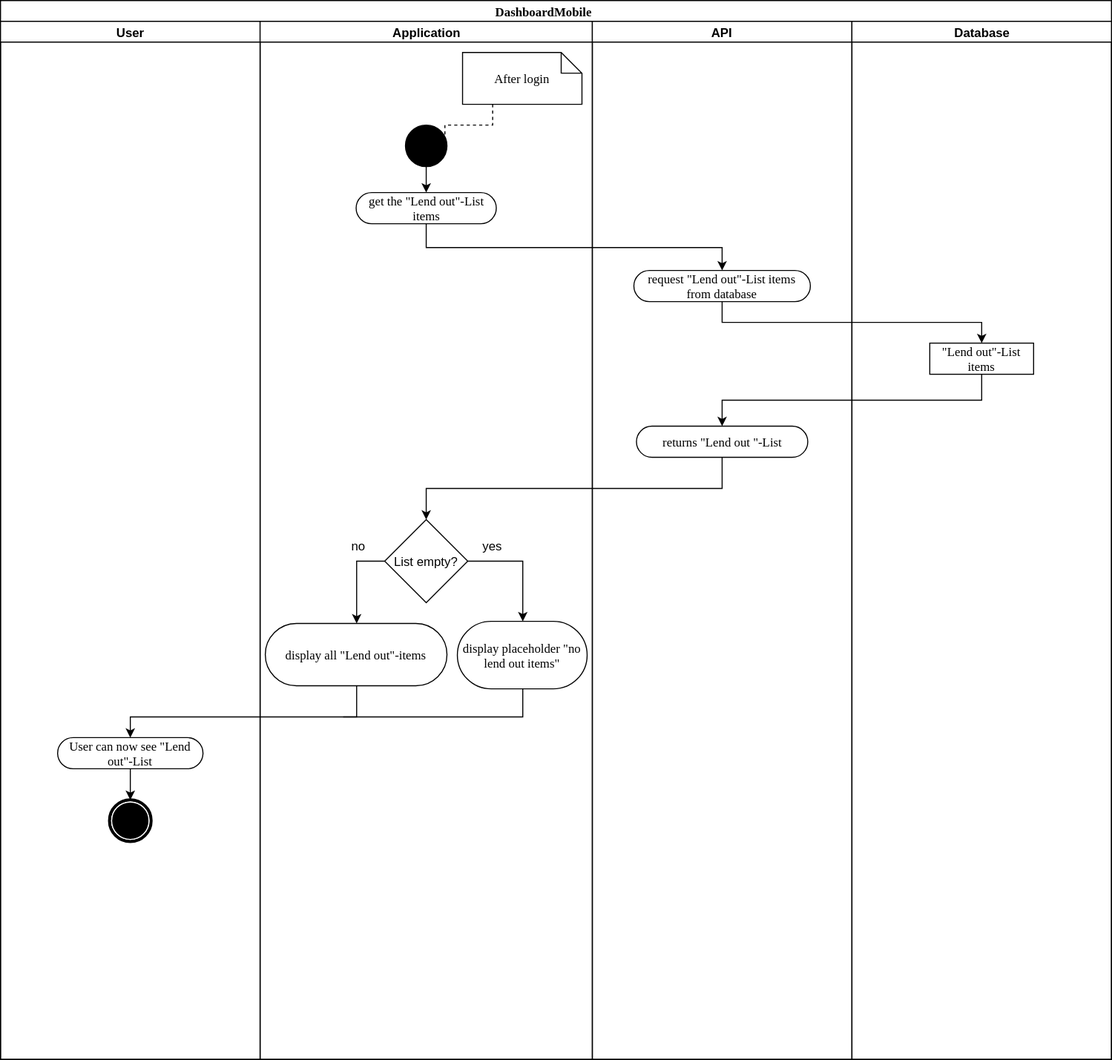
Above: recources/Use Cases/Dashboard Mobile/DashboardAndroidDiagram.svg in KeepThings/KeepThingsWeb (draw.io), before the change. Source tidied: cells renumbered, new cells last; positions are measured from the earlier drawing's top-left corner, leaving out a move shared by most shapes.
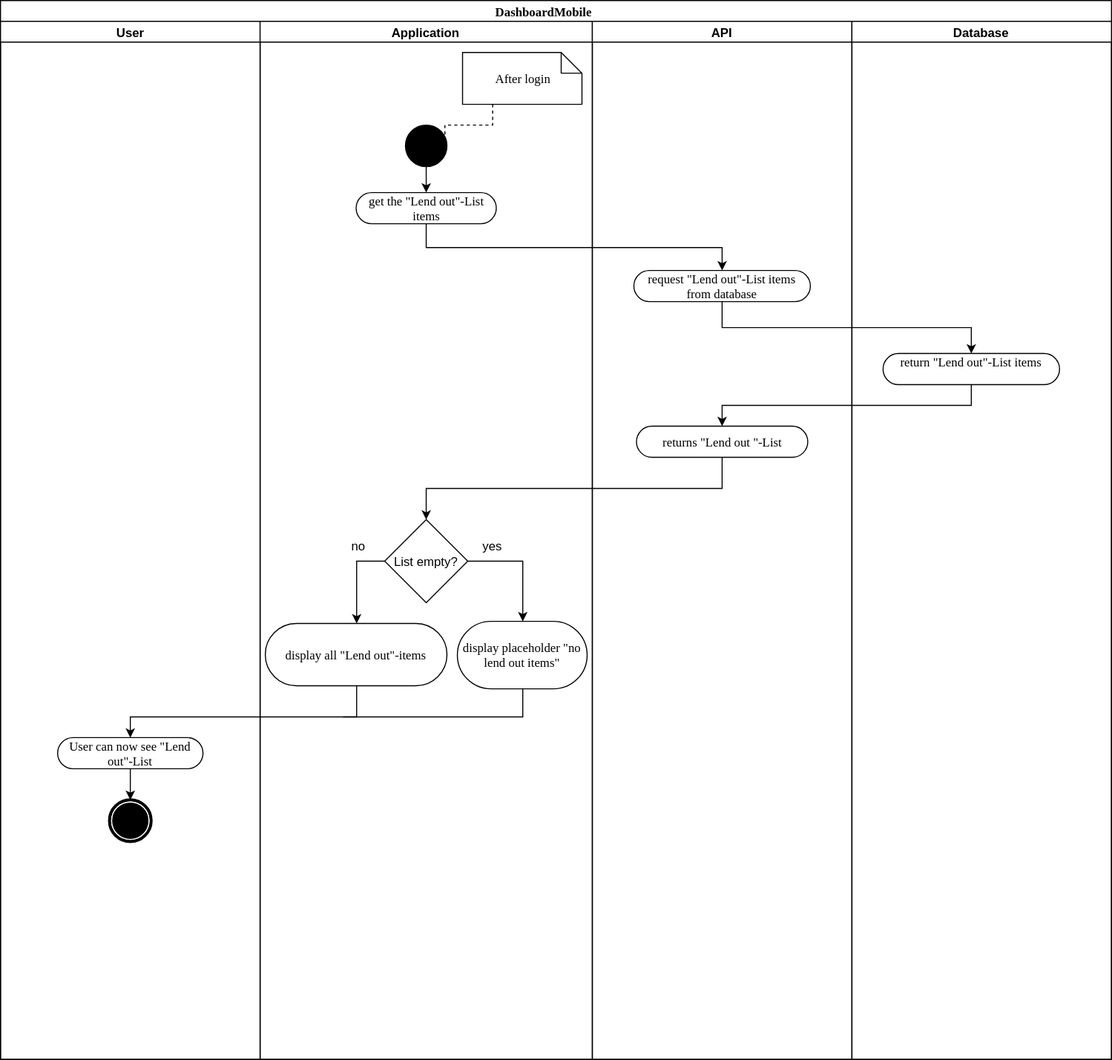
The same diagram one commit later.

The edit, as a diff of the source:
```diff
@@ -73,24 +73,24 @@
     <mxCell id="23" value="returns &quot;Lend out &quot;-List" style="rounded=1;whiteSpace=wrap;html=1;shadow=0;comic=0;labelBackgroundColor=none;strokeColor=#000000;strokeWidth=1;fillColor=#ffffff;fontFamily=Verdana;fontSize=12;fontColor=#000000;align=center;arcSize=50;" parent="21" vertex="1">
       <mxGeometry x="42.5" y="390" width="165" height="30" as="geometry" />
     </mxCell>
-    <mxCell id="24" style="edgeStyle=orthogonalEdgeStyle;rounded=0;html=1;exitX=0.5;exitY=1;endArrow=classic;endFill=1;jettySize=auto;" parent="2" edge="1" source="22" target="26">
-      <mxGeometry relative="1" as="geometry" />
-    </mxCell>
     <mxCell id="25" value="Database" style="swimlane;html=1;startSize=20;" parent="2" vertex="1">
       <mxGeometry x="820" y="20" width="250" height="1000" as="geometry" />
     </mxCell>
-    <mxCell id="26" value="&quot;Lend out&quot;-List items" style="rounded=0;whiteSpace=wrap;html=1;shadow=0;comic=0;labelBackgroundColor=none;strokeColor=#000000;strokeWidth=1;fillColor=#ffffff;fontFamily=Verdana;fontSize=12;fontColor=#000000;align=center;arcSize=50;" parent="25" vertex="1">
-      <mxGeometry x="75" y="310" width="100" height="30" as="geometry" />
-    </mxCell>
+    <mxCell id="31" value="return &quot;Lend out&quot;-List items" style="rounded=1;whiteSpace=wrap;html=1;shadow=0;comic=0;labelBackgroundColor=none;strokeColor=#000000;strokeWidth=1;fillColor=#ffffff;fontFamily=Verdana;fontSize=12;fontColor=#000000;align=center;arcSize=50;" parent="25" vertex="1">
+      <mxGeometry x="30" y="320" width="170" height="30" as="geometry" />
+    </mxCell>
     <mxCell id="27" style="edgeStyle=orthogonalEdgeStyle;rounded=0;html=1;exitX=0.5;exitY=1;entryX=0.5;entryY=0;endArrow=classic;endFill=1;jettySize=auto;" parent="2" edge="1" source="12" target="22">
       <mxGeometry relative="1" as="geometry" />
     </mxCell>
-    <mxCell id="28" style="edgeStyle=orthogonalEdgeStyle;rounded=0;html=1;exitX=0.5;exitY=1;entryX=0.5;entryY=0;endArrow=classic;endFill=1;jettySize=auto;" parent="2" edge="1" source="26" target="23">
-      <mxGeometry relative="1" as="geometry" />
-    </mxCell>
     <mxCell id="29" style="edgeStyle=orthogonalEdgeStyle;rounded=0;html=1;exitX=0.5;exitY=1;entryX=0.5;entryY=0;endArrow=classic;endFill=1;jettySize=auto;" parent="2" edge="1" source="23" target="17">
       <mxGeometry relative="1" as="geometry" />
     </mxCell>
+    <mxCell id="32" style="edgeStyle=orthogonalEdgeStyle;rounded=0;html=1;exitX=0.5;exitY=1;jettySize=auto;" parent="2" edge="1" source="22" target="31">
+      <mxGeometry relative="1" as="geometry" />
+    </mxCell>
+    <mxCell id="33" style="edgeStyle=orthogonalEdgeStyle;rounded=0;html=1;exitX=0.5;exitY=1;entryX=0.5;entryY=0;jettySize=auto;" parent="2" edge="1" source="31" target="23">
+      <mxGeometry relative="1" as="geometry" />
+    </mxCell>
     <mxCell id="30" style="edgeStyle=orthogonalEdgeStyle;rounded=0;html=1;exitX=0.5;exitY=1;endArrow=none;endFill=0;jettySize=auto;" parent="1" edge="1" source="18">
       <mxGeometry relative="1" as="geometry">
         <mxPoint x="330" y="690" as="targetPoint" />
```
